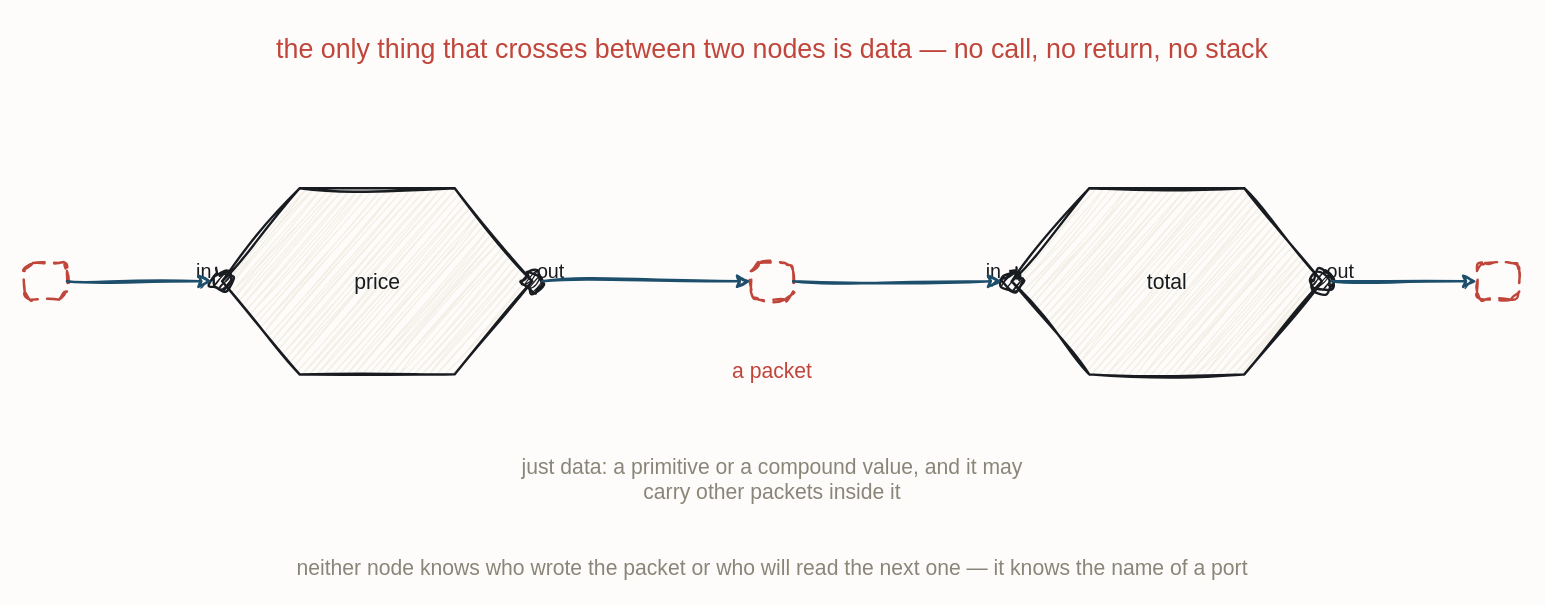
Before: resources/flow-two-nodes.drawio in iancooper/practical-messaging, a draw.io diagram. Source tidied: cells renumbered, new cells numbered last; positions are measured from the earlier drawing's top-left corner, leaving out a move shared by most shapes. Both pictures are drawn from the tidied source at 141%, with x=0, y=0 at pixel (24, 24).
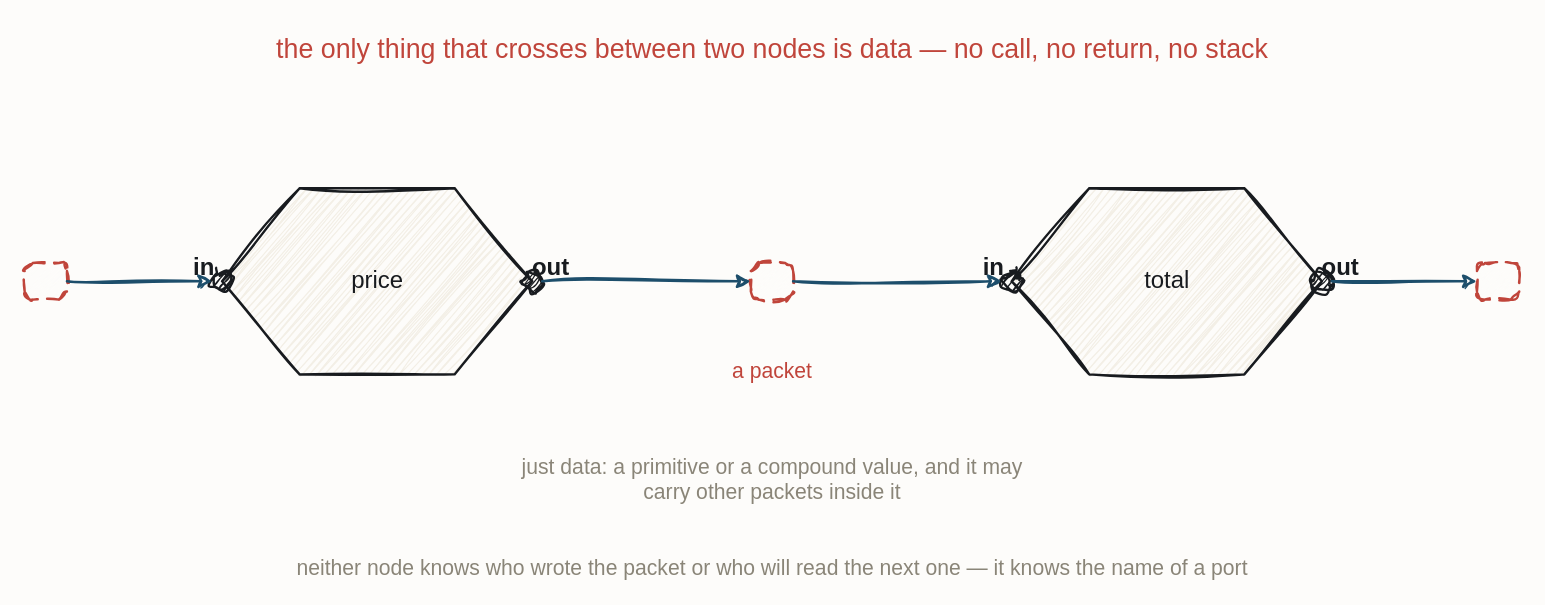
After the change.

Change to the diagram source:
```diff
@@
-    <mxCell id="3" value="price" style="sketch=1;hachureGap=4;jiggle=2;curveFitting=1;fontFamily=Caveat;html=1;shape=hexagon;perimeter=hexagonPerimeter2;strokeColor=#181B1F;strokeWidth=1.7;fillColor=#F3EFE6;fontColor=#181B1F;fontSize=15;" parent="1" vertex="1">
+    <mxCell id="3" value="price" style="sketch=1;hachureGap=4;jiggle=2;curveFitting=1;fontFamily=Caveat;html=1;shape=hexagon;perimeter=hexagonPerimeter2;strokeColor=#181B1F;strokeWidth=1.7;fillColor=#F3EFE6;fontColor=#181B1F;fontSize=17;" parent="1" vertex="1">
       <mxGeometry x="140" y="116" width="220" height="132" as="geometry" />
     </mxCell>
@@
-    <mxCell id="5" value="in" style="text;html=1;align=center;fontFamily=Caveat;fontSize=14;fontColor=#181B1F;" parent="1" vertex="1">
-      <mxGeometry x="67" y="160" width="120" height="20" as="geometry" />
+    <mxCell id="5" value="in" style="text;html=1;align=center;fontFamily=Caveat;fontSize=17;fontColor=#181B1F;fontStyle=1;" parent="1" vertex="1">
+      <mxGeometry x="67" y="156" width="120" height="20" as="geometry" />
     </mxCell>
@@
-    <mxCell id="7" value="out" style="text;html=1;align=center;fontFamily=Caveat;fontSize=14;fontColor=#181B1F;" parent="1" vertex="1">
-      <mxGeometry x="313" y="160" width="120" height="20" as="geometry" />
+    <mxCell id="7" value="out" style="text;html=1;align=center;fontFamily=Caveat;fontSize=17;fontColor=#181B1F;fontStyle=1;" parent="1" vertex="1">
+      <mxGeometry x="313" y="156" width="120" height="20" as="geometry" />
     </mxCell>
-    <mxCell id="8" value="total" style="sketch=1;hachureGap=4;jiggle=2;curveFitting=1;fontFamily=Caveat;html=1;shape=hexagon;perimeter=hexagonPerimeter2;strokeColor=#181B1F;strokeWidth=1.7;fillColor=#F3EFE6;fontColor=#181B1F;fontSize=15;" parent="1" vertex="1">
+    <mxCell id="8" value="total" style="sketch=1;hachureGap=4;jiggle=2;curveFitting=1;fontFamily=Caveat;html=1;shape=hexagon;perimeter=hexagonPerimeter2;strokeColor=#181B1F;strokeWidth=1.7;fillColor=#F3EFE6;fontColor=#181B1F;fontSize=17;" parent="1" vertex="1">
       <mxGeometry x="700" y="116" width="220" height="132" as="geometry" />
     </mxCell>
@@
-    <mxCell id="10" value="in" style="text;html=1;align=center;fontFamily=Caveat;fontSize=14;fontColor=#181B1F;" parent="1" vertex="1">
-      <mxGeometry x="627" y="160" width="120" height="20" as="geometry" />
+    <mxCell id="10" value="in" style="text;html=1;align=center;fontFamily=Caveat;fontSize=17;fontColor=#181B1F;fontStyle=1;" parent="1" vertex="1">
+      <mxGeometry x="627" y="156" width="120" height="20" as="geometry" />
     </mxCell>
@@
-    <mxCell id="12" value="out" style="text;html=1;align=center;fontFamily=Caveat;fontSize=14;fontColor=#181B1F;" parent="1" vertex="1">
-      <mxGeometry x="873" y="160" width="120" height="20" as="geometry" />
+    <mxCell id="12" value="out" style="text;html=1;align=center;fontFamily=Caveat;fontSize=17;fontColor=#181B1F;fontStyle=1;" parent="1" vertex="1">
+      <mxGeometry x="873" y="156" width="120" height="20" as="geometry" />
     </mxCell>
```
